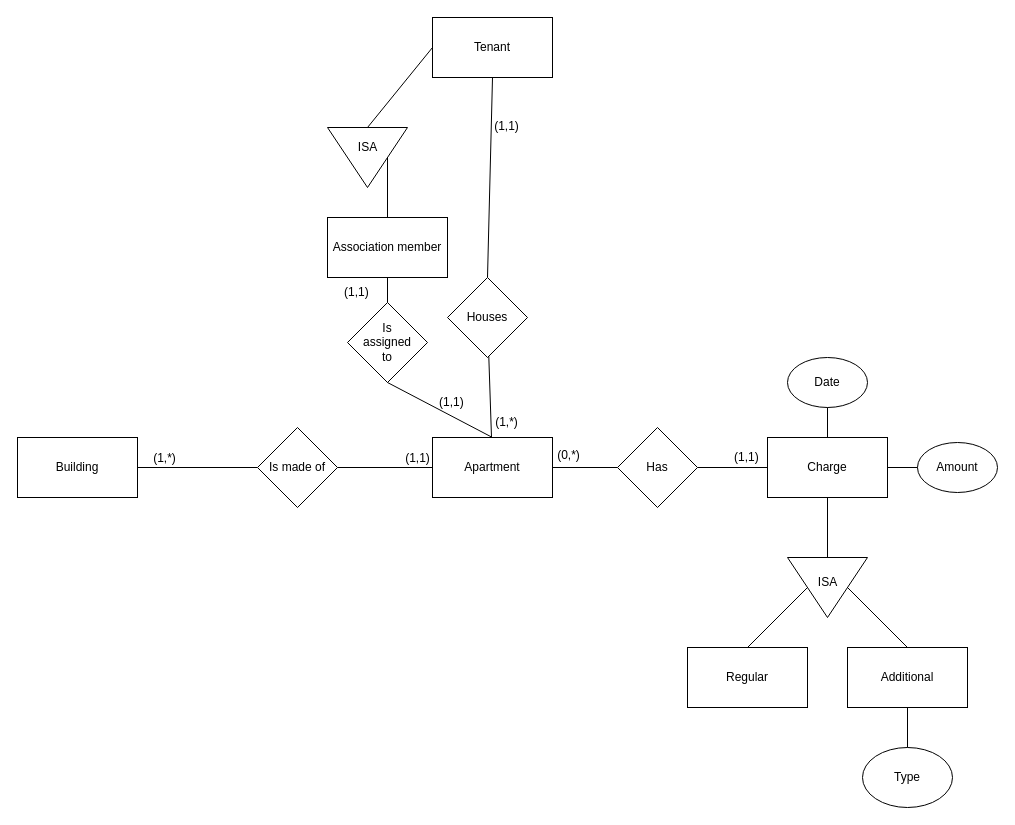
Earlier version of the draw.io diagram Task4/Task4.drawio (devtot0/FundamentalsOfDatabases). Source tidied: cells renumbered, new cells numbered last; positions are measured from the earlier drawing's top-left corner, leaving out a move shared by most shapes. Both pictures are drawn from the tidied source at 100%, with x=0, y=0 at pixel (17, 17).
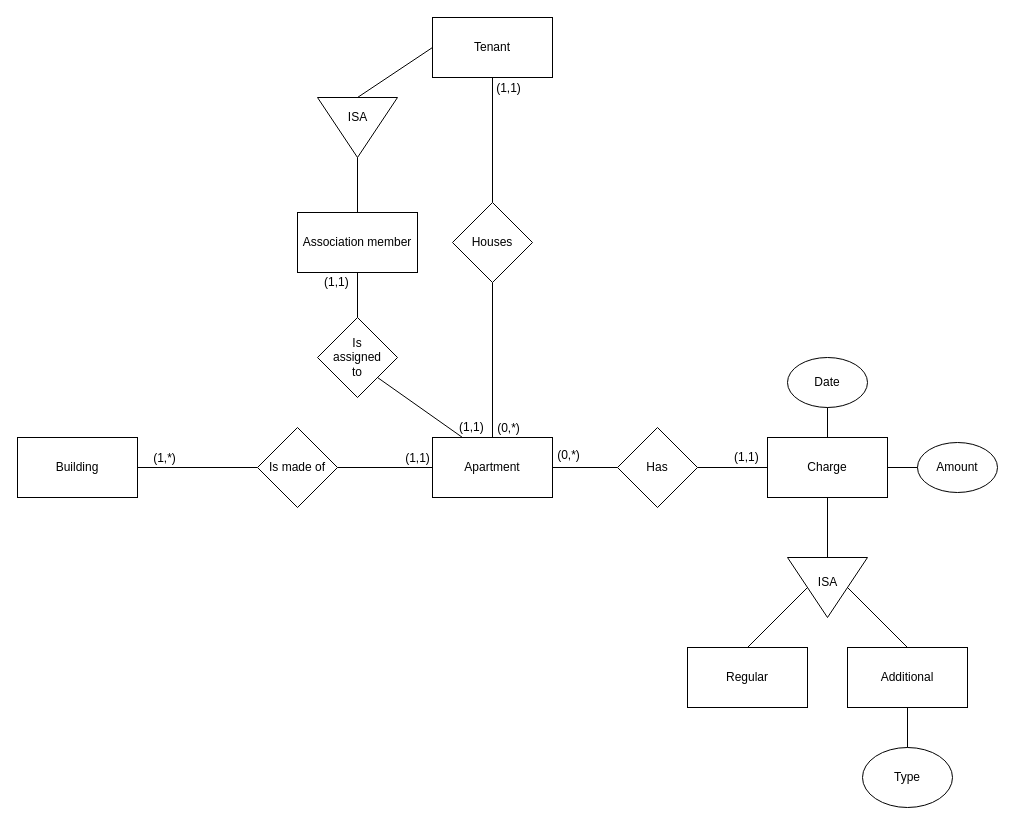
The same page after the edit.

Unchanged cells that the change refers to:
```xml
<mxCell id="2" style="edgeStyle=none;rounded=0;jettySize=auto;html=1;endArrow=none;endFill=0;" parent="1" edge="1" source="4" target="14">
  <mxGeometry relative="1" as="geometry" />
</mxCell>
<mxCell id="4" value="Apartment" style="rounded=0;whiteSpace=wrap;html=1;" parent="1" vertex="1">
  <mxGeometry x="415" y="420" width="120" height="60" as="geometry" />
</mxCell>
<mxCell id="12" style="edgeStyle=none;rounded=0;jettySize=auto;html=1;exitX=0.5;exitY=0;exitDx=0;exitDy=0;entryX=0.5;entryY=1;entryDx=0;entryDy=0;endArrow=none;endFill=0;" parent="1" edge="1" source="14" target="8">
  <mxGeometry relative="1" as="geometry" />
</mxCell>
```

What changed in the source:
```diff
@@
-    <mxCell id="3" value="(1,*)" style="text;html=1;align=center;verticalAlign=middle;labelBackgroundColor=#ffffff;" parent="2" vertex="1">
+    <mxCell id="3" value="(0,*)" style="text;html=1;align=center;verticalAlign=middle;labelBackgroundColor=#ffffff;" parent="2" vertex="1">
       <mxGeometry x="-0.52" y="1" relative="1" as="geometry">
-        <mxPoint x="16" y="4.5" as="offset" />
+        <mxPoint x="16" y="27" as="offset" />
       </mxGeometry>
     </mxCell>
@@
     <mxCell id="13" value="(1,1)" style="text;html=1;align=center;verticalAlign=middle;labelBackgroundColor=#ffffff;" parent="12" vertex="1">
       <mxGeometry x="0.47" y="3" relative="1" as="geometry">
-        <mxPoint x="18" y="-4.5" as="offset" />
+        <mxPoint x="18.5" y="-23" as="offset" />
       </mxGeometry>
     </mxCell>
     <mxCell id="14" value="Houses" style="rhombus;whiteSpace=wrap;html=1;" parent="1" vertex="1">
-      <mxGeometry x="430" y="260" width="80" height="80" as="geometry" />
+      <mxGeometry x="435" y="185" width="80" height="80" as="geometry" />
     </mxCell>
@@
     <mxCell id="22" style="triangle;whiteSpace=wrap;html=1;rotation=90;" parent="1" vertex="1">
-      <mxGeometry x="320" y="100" width="60" height="80" as="geometry" />
+      <mxGeometry x="310" y="70" width="60" height="80" as="geometry" />
     </mxCell>
@@
     <mxCell id="24" value="Association member" style="rounded=0;whiteSpace=wrap;html=1;" parent="1" vertex="1">
-      <mxGeometry x="310" y="200" width="120" height="60" as="geometry" />
+      <mxGeometry x="280" y="195" width="120" height="60" as="geometry" />
     </mxCell>
-    <mxCell id="25" style="endArrow=none;html=1;exitX=0.5;exitY=0;exitDx=0;exitDy=0;entryX=0.5;entryY=0;entryDx=0;entryDy=0;" parent="1" edge="1" source="22" target="24">
+    <mxCell id="25" style="endArrow=none;html=1;exitX=1;exitY=0.5;exitDx=0;exitDy=0;entryX=0.5;entryY=0;entryDx=0;entryDy=0;" parent="1" edge="1" source="22" target="24">
       <mxGeometry relative="1" as="geometry" />
     </mxCell>
     <mxCell id="26" value="(1,1)" style="text;html=1;align=left;verticalAlign=top;spacingTop=-4;" parent="1" vertex="1">
-      <mxGeometry x="325" y="265" width="40" height="20" as="geometry" />
+      <mxGeometry x="305" y="255" width="40" height="20" as="geometry" />
     </mxCell>
     <mxCell id="27" value="(1,1)" style="text;html=1;align=left;verticalAlign=top;spacingTop=-4;" parent="1" vertex="1">
-      <mxGeometry x="420" y="375" width="40" height="20" as="geometry" />
+      <mxGeometry x="440" y="400" width="40" height="20" as="geometry" />
     </mxCell>
     <mxCell id="28" value="ISA" style="text;html=1;align=center;verticalAlign=top;spacingTop=-4;" parent="1" vertex="1">
-      <mxGeometry x="335" y="120" width="30" height="20" as="geometry" />
+      <mxGeometry x="325" y="90" width="30" height="20" as="geometry" />
     </mxCell>
     <mxCell id="29" value="Is &lt;br&gt;assigned &lt;br&gt;to" style="rhombus;whiteSpace=wrap;html=1;" parent="1" vertex="1">
-      <mxGeometry x="330" y="285" width="80" height="80" as="geometry" />
+      <mxGeometry x="300" y="300" width="80" height="80" as="geometry" />
     </mxCell>
@@
-    <mxCell id="43" style="endArrow=none;html=1;entryX=0.5;entryY=1;entryDx=0;entryDy=0;exitX=0.5;exitY=0;exitDx=0;exitDy=0;" parent="1" edge="1" source="4" target="29">
+    <mxCell id="43" style="endArrow=none;html=1;entryX=1;entryY=1;entryDx=0;entryDy=0;exitX=0.25;exitY=0;exitDx=0;exitDy=0;" parent="1" edge="1" source="4" target="29">
       <mxGeometry relative="1" as="geometry" />
     </mxCell>
```
